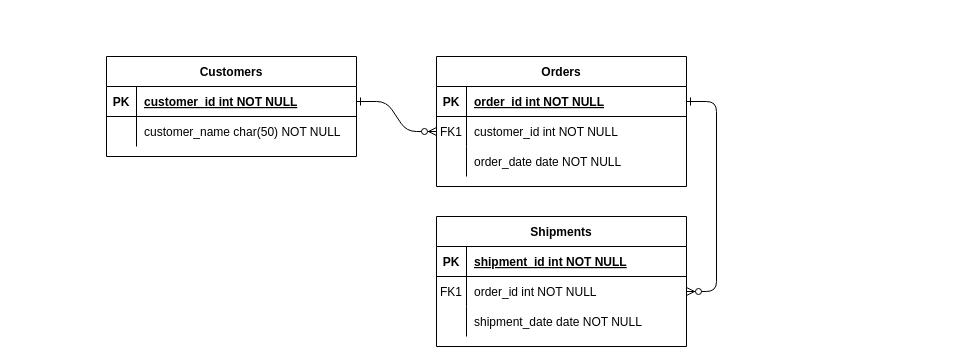
Above: Untitled Diagram.drawio in LeeGordon83/GroupBetLogger (draw.io), before the change. Source tidied: cells renumbered, new cells numbered last; positions are measured from the earlier drawing's top-left corner, leaving out a move shared by most shapes. Both pictures are drawn from the tidied source at 100%, with x=0, y=0 at pixel (106, 56).
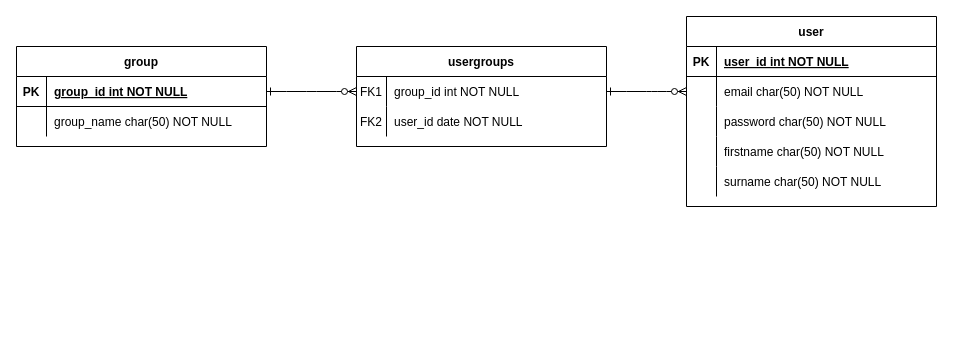
After the change.

The change refers to these unchanged cells:
```xml
<mxCell id="15" style="shape=partialRectangle;fillColor=none;top=0;left=0;right=0;bottom=1;" parent="14" vertex="1">
  <mxGeometry y="30" width="250" height="30" as="geometry" />
</mxCell>
<mxCell id="18" style="shape=partialRectangle;fillColor=none;points=[[0,0.5],[1,0.5]];portConstraint=eastwest;top=0;left=0;right=0;bottom=0;" parent="14" vertex="1">
  <mxGeometry y="60" width="250" height="30" as="geometry" />
</mxCell>
<mxCell id="21" style="shape=partialRectangle;fillColor=none;top=0;left=0;right=0;bottom=0;" parent="14" vertex="1">
  <mxGeometry y="90" width="250" height="30" as="geometry" />
</mxCell>
<mxCell id="25" style="shape=partialRectangle;fillColor=none;points=[[0,0.5],[1,0.5]];portConstraint=eastwest;top=0;left=0;right=0;bottom=1;" parent="24" vertex="1">
  <mxGeometry y="30" width="250" height="30" as="geometry" />
</mxCell>
<mxCell id="28" style="shape=partialRectangle;fillColor=none;top=0;left=0;right=0;bottom=0;" parent="24" vertex="1">
  <mxGeometry y="60" width="250" height="30" as="geometry" />
</mxCell>
```

The edit, as a diff of the source:
```diff
@@
-    <mxCell id="3" style="edgeStyle=entityRelationEdgeStyle;endArrow=ERzeroToMany;startArrow=ERone;endFill=1;startFill=0;" parent="1" edge="1" source="5" target="18">
-      <mxGeometry relative="1" as="geometry" />
+    <mxCell id="3" style="edgeStyle=entityRelationEdgeStyle;endArrow=ERzeroToMany;startArrow=ERone;endFill=1;startFill=0;" parent="1" edge="1" target="18">
+      <mxGeometry relative="1" as="geometry">
+        <mxPoint x="500" y="35" as="sourcePoint" />
+      </mxGeometry>
     </mxCell>
-    <mxCell id="4" value="Orders" style="shape=table;startSize=30;childLayout=tableLayout;rowLines=0;fontStyle=1;align=center;" parent="1" vertex="1">
-      <mxGeometry x="330" width="250" height="130" as="geometry" />
+    <mxCell id="4" value="usergroups" style="shape=table;startSize=30;childLayout=tableLayout;rowLines=0;fontStyle=1;align=center;" parent="1" vertex="1">
+      <mxGeometry x="250" y="-10" width="250" height="100" as="geometry" />
     </mxCell>
-    <mxCell id="5" style="shape=partialRectangle;fillColor=none;points=[[0,0.5],[1,0.5]];portConstraint=eastwest;top=0;left=0;right=0;bottom=1;" parent="4" vertex="1">
-      <mxGeometry y="30" width="250" height="30" as="geometry" />
-    </mxCell>
-    <mxCell id="6" value="PK" style="shape=partialRectangle;overflow=hidden;fillColor=none;top=0;left=0;bottom=0;right=0;fontStyle=1;" parent="5" vertex="1">
-      <mxGeometry width="30" height="30" as="geometry" />
-    </mxCell>
-    <mxCell id="7" value="order_id int NOT NULL " style="shape=partialRectangle;overflow=hidden;fillColor=none;top=0;left=0;bottom=0;right=0;align=left;spacingLeft=6;fontStyle=5;" parent="5" vertex="1">
-      <mxGeometry x="30" width="220" height="30" as="geometry" />
-    </mxCell>
     <mxCell id="8" style="shape=partialRectangle;fillColor=none;points=[[0,0.5],[1,0.5]];portConstraint=eastwest;top=0;left=0;right=0;bottom=0;" parent="4" vertex="1">
-      <mxGeometry y="60" width="250" height="30" as="geometry" />
+      <mxGeometry y="30" width="250" height="30" as="geometry" />
     </mxCell>
@@
-    <mxCell id="10" value="customer_id int NOT NULL" style="shape=partialRectangle;overflow=hidden;fillColor=none;top=0;left=0;bottom=0;right=0;align=left;spacingLeft=6;" parent="8" vertex="1">
+    <mxCell id="10" value="group_id int NOT NULL" style="shape=partialRectangle;overflow=hidden;fillColor=none;top=0;left=0;bottom=0;right=0;align=left;spacingLeft=6;" parent="8" vertex="1">
       <mxGeometry x="30" width="220" height="30" as="geometry" />
     </mxCell>
     <mxCell id="11" style="shape=partialRectangle;fillColor=none;top=0;left=0;right=0;bottom=0;" parent="4" vertex="1">
-      <mxGeometry y="90" width="250" height="30" as="geometry" />
+      <mxGeometry y="60" width="250" height="30" as="geometry" />
     </mxCell>
-    <mxCell id="12" style="shape=partialRectangle;overflow=hidden;fillColor=none;top=0;left=0;bottom=0;right=0;" parent="11" vertex="1">
+    <mxCell id="12" value="FK2" style="shape=partialRectangle;overflow=hidden;fillColor=none;top=0;left=0;bottom=0;right=0;" parent="11" vertex="1">
       <mxGeometry width="30" height="30" as="geometry" />
     </mxCell>
-    <mxCell id="13" value="order_date date NOT NULL" style="shape=partialRectangle;overflow=hidden;fillColor=none;top=0;left=0;bottom=0;right=0;align=left;spacingLeft=6;" parent="11" vertex="1">
+    <mxCell id="13" value="user_id date NOT NULL" style="shape=partialRectangle;overflow=hidden;fillColor=none;top=0;left=0;bottom=0;right=0;align=left;spacingLeft=6;" parent="11" vertex="1">
       <mxGeometry x="30" width="220" height="30" as="geometry" />
     </mxCell>
-    <mxCell id="14" value="Shipments" style="shape=table;startSize=30;childLayout=tableLayout;rowLines=0;fontStyle=1;align=center;" parent="1" vertex="1">
-      <mxGeometry x="330" y="160" width="250" height="130" as="geometry" />
+    <mxCell id="14" value="user" style="shape=table;startSize=30;childLayout=tableLayout;rowLines=0;fontStyle=1;align=center;" parent="1" vertex="1">
+      <mxGeometry x="580" y="-40" width="250" height="190" as="geometry" />
     </mxCell>
@@
-    <mxCell id="17" value="shipment_id int NOT NULL " style="shape=partialRectangle;overflow=hidden;fillColor=none;top=0;left=0;bottom=0;right=0;align=left;spacingLeft=6;fontStyle=5;" parent="15" vertex="1">
+    <mxCell id="17" value="user_id int NOT NULL " style="shape=partialRectangle;overflow=hidden;fillColor=none;top=0;left=0;bottom=0;right=0;align=left;spacingLeft=6;fontStyle=5;" parent="15" vertex="1">
       <mxGeometry x="30" width="220" height="30" as="geometry" />
     </mxCell>
@@
-    <mxCell id="19" value="FK1" style="shape=partialRectangle;overflow=hidden;fillColor=none;top=0;left=0;bottom=0;right=0;" parent="18" vertex="1">
+    <mxCell id="19" style="shape=partialRectangle;overflow=hidden;fillColor=none;top=0;left=0;bottom=0;right=0;" parent="18" vertex="1">
       <mxGeometry width="30" height="30" as="geometry" />
     </mxCell>
-    <mxCell id="20" value="order_id int NOT NULL" style="shape=partialRectangle;overflow=hidden;fillColor=none;top=0;left=0;bottom=0;right=0;align=left;spacingLeft=6;" parent="18" vertex="1">
+    <mxCell id="20" value="email char(50) NOT NULL" style="shape=partialRectangle;overflow=hidden;fillColor=none;top=0;left=0;bottom=0;right=0;align=left;spacingLeft=6;" parent="18" vertex="1">
       <mxGeometry x="30" width="220" height="30" as="geometry" />
     </mxCell>
@@
-    <mxCell id="23" value="shipment_date date NOT NULL" style="shape=partialRectangle;overflow=hidden;fillColor=none;top=0;left=0;bottom=0;right=0;align=left;spacingLeft=6;" parent="21" vertex="1">
+    <mxCell id="23" value="password char(50) NOT NULL" style="shape=partialRectangle;overflow=hidden;fillColor=none;top=0;left=0;bottom=0;right=0;align=left;spacingLeft=6;" parent="21" vertex="1">
       <mxGeometry x="30" width="220" height="30" as="geometry" />
     </mxCell>
+    <mxCell id="31" style="shape=partialRectangle;fillColor=none;top=0;left=0;right=0;bottom=0;" parent="14" vertex="1">
+      <mxGeometry y="120" width="250" height="30" as="geometry" />
+    </mxCell>
+    <mxCell id="32" style="shape=partialRectangle;overflow=hidden;fillColor=none;top=0;left=0;bottom=0;right=0;" parent="31" vertex="1">
+      <mxGeometry width="30" height="30" as="geometry" />
+    </mxCell>
+    <mxCell id="33" value="firstname char(50) NOT NULL" style="shape=partialRectangle;overflow=hidden;fillColor=none;top=0;left=0;bottom=0;right=0;align=left;spacingLeft=6;" parent="31" vertex="1">
+      <mxGeometry x="30" width="220" height="30" as="geometry" />
+    </mxCell>
+    <mxCell id="34" style="shape=partialRectangle;fillColor=none;top=0;left=0;right=0;bottom=0;" parent="14" vertex="1">
+      <mxGeometry y="150" width="250" height="30" as="geometry" />
+    </mxCell>
+    <mxCell id="35" style="shape=partialRectangle;overflow=hidden;fillColor=none;top=0;left=0;bottom=0;right=0;" parent="34" vertex="1">
+      <mxGeometry width="30" height="30" as="geometry" />
+    </mxCell>
+    <mxCell id="36" value="surname char(50) NOT NULL" style="shape=partialRectangle;overflow=hidden;fillColor=none;top=0;left=0;bottom=0;right=0;align=left;spacingLeft=6;" parent="34" vertex="1">
+      <mxGeometry x="30" width="220" height="30" as="geometry" />
+    </mxCell>
-    <mxCell id="24" value="Customers" style="shape=table;startSize=30;childLayout=tableLayout;rowLines=0;fontStyle=1;align=center;" parent="1" vertex="1">
-      <mxGeometry width="250" height="100" as="geometry" />
+    <mxCell id="24" value="group" style="shape=table;startSize=30;childLayout=tableLayout;rowLines=0;fontStyle=1;align=center;" parent="1" vertex="1">
+      <mxGeometry x="-90" y="-10" width="250" height="100" as="geometry" />
     </mxCell>
@@
-    <mxCell id="27" value="customer_id int NOT NULL " style="shape=partialRectangle;overflow=hidden;fillColor=none;top=0;left=0;bottom=0;right=0;align=left;spacingLeft=6;fontStyle=5;" parent="25" vertex="1">
+    <mxCell id="27" value="group_id int NOT NULL " style="shape=partialRectangle;overflow=hidden;fillColor=none;top=0;left=0;bottom=0;right=0;align=left;spacingLeft=6;fontStyle=5;" parent="25" vertex="1">
       <mxGeometry x="30" width="220" height="30" as="geometry" />
     </mxCell>
@@
-    <mxCell id="30" value="customer_name char(50) NOT NULL" style="shape=partialRectangle;overflow=hidden;fillColor=none;top=0;left=0;bottom=0;right=0;align=left;spacingLeft=6;" parent="28" vertex="1">
+    <mxCell id="30" value="group_name char(50) NOT NULL" style="shape=partialRectangle;overflow=hidden;fillColor=none;top=0;left=0;bottom=0;right=0;align=left;spacingLeft=6;" parent="28" vertex="1">
       <mxGeometry x="30" width="220" height="30" as="geometry" />
     </mxCell>
```
